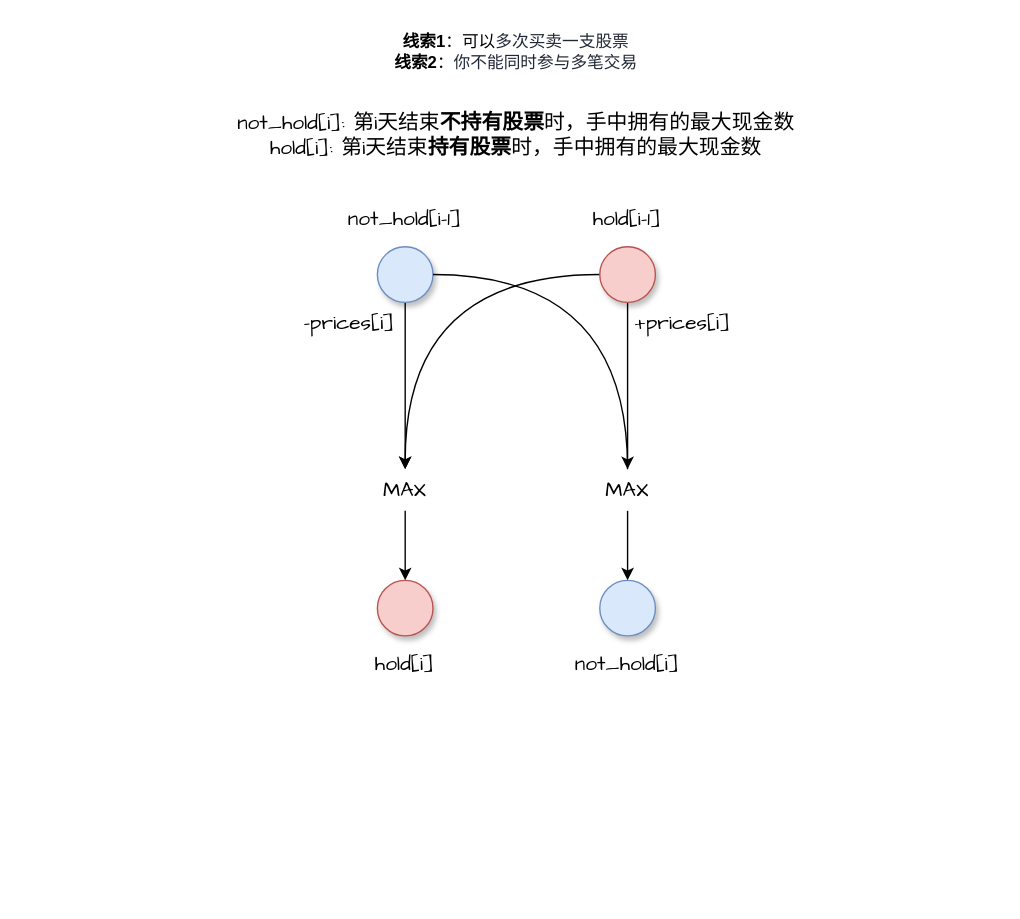
goldknife6/algorithm keeps this draw.io diagram as draw.io/买卖股票的最佳时机III.drawio. Above is the earlier version. Source tidied: cells renumbered, new cells numbered last; positions are measured from the earlier drawing's top-left corner, leaving out a move shared by most shapes. Both pictures are drawn from the tidied source at 139%, with x=0, y=0 at pixel (210, 24).
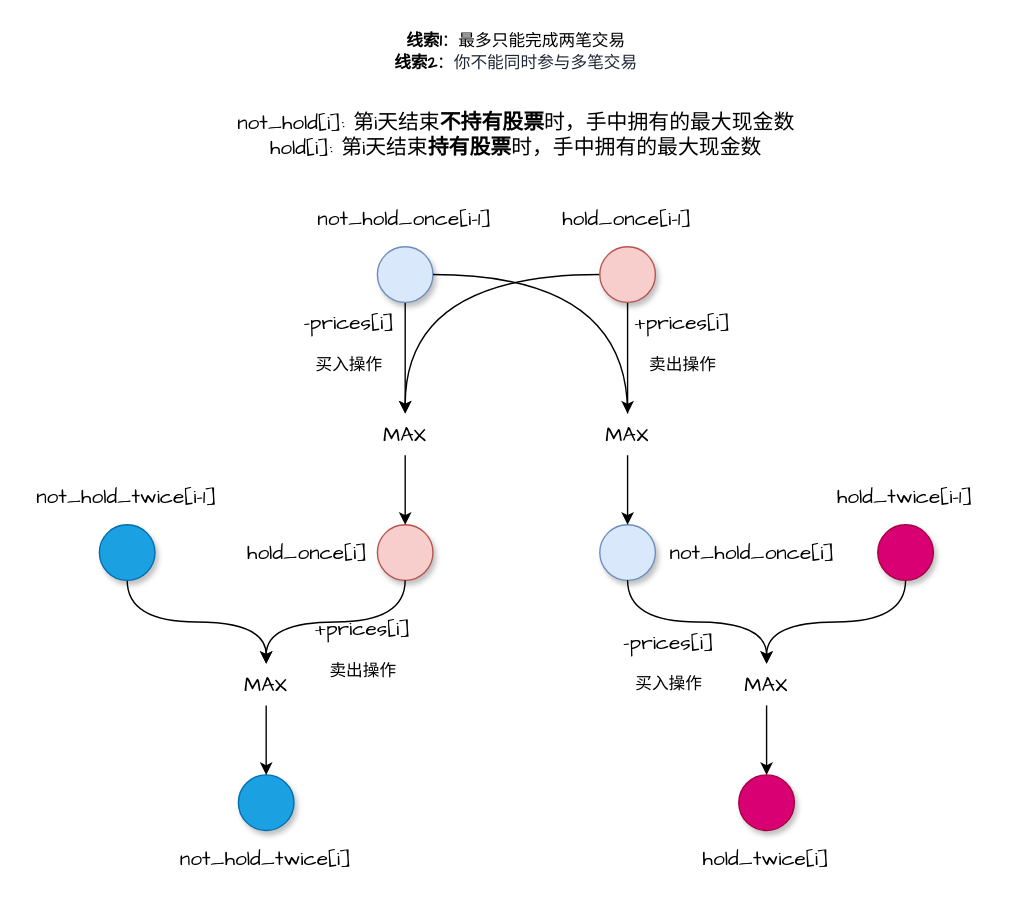
The same diagram, later.

Commit message (it also covers changes not shown here):
更新买卖股票的最佳时机III.drawio

The edit, as a diff of the source:
```diff
@@
     <mxCell id="4" style="ellipse;whiteSpace=wrap;html=1;shadow=1;fillColor=#dae8fc;strokeColor=#6c8ebf;" parent="1" vertex="1">
-      <mxGeometry x="280" y="400" width="40" height="40" as="geometry" />
+      <mxGeometry x="280" y="360" width="40" height="40" as="geometry" />
     </mxCell>
-    <mxCell id="5" value="&lt;font style=&quot;font-size: 15px&quot;&gt;not_hold[i-1]&lt;/font&gt;" style="text;html=1;strokeColor=none;fillColor=none;align=center;verticalAlign=middle;whiteSpace=wrap;rounded=0;shadow=1;fontFamily=Comic Sans MS;" parent="1" vertex="1">
-      <mxGeometry x="80" y="120" width="120" height="40" as="geometry" />
+    <mxCell id="5" value="&lt;font style=&quot;font-size: 15px&quot;&gt;not_hold_once[i-1]&lt;/font&gt;" style="text;html=1;strokeColor=none;fillColor=none;align=center;verticalAlign=middle;whiteSpace=wrap;rounded=0;shadow=1;fontFamily=Comic Sans MS;" parent="1" vertex="1">
+      <mxGeometry x="60" y="120" width="160" height="40" as="geometry" />
     </mxCell>
@@
-    <mxCell id="11" value="&lt;font style=&quot;font-size: 15px&quot;&gt;not_hold[i]&lt;/font&gt;" style="text;html=1;strokeColor=none;fillColor=none;align=center;verticalAlign=middle;whiteSpace=wrap;rounded=0;shadow=1;fontFamily=Comic Sans MS;" parent="1" vertex="1">
-      <mxGeometry x="240" y="440" width="120" height="40" as="geometry" />
+    <mxCell id="11" value="&lt;font style=&quot;font-size: 15px&quot;&gt;not_hold_once[i]&lt;/font&gt;" style="text;html=1;strokeColor=none;fillColor=none;align=center;verticalAlign=middle;whiteSpace=wrap;rounded=0;shadow=1;fontFamily=Comic Sans MS;" parent="1" vertex="1">
+      <mxGeometry x="330" y="360" width="120" height="40" as="geometry" />
     </mxCell>
@@
     <mxCell id="13" value="MAX" style="text;html=1;strokeColor=none;fillColor=none;align=center;verticalAlign=middle;whiteSpace=wrap;rounded=0;shadow=1;fontFamily=Comic Sans MS;fontSize=15;" parent="1" vertex="1">
-      <mxGeometry x="270" y="320" width="60" height="30" as="geometry" />
+      <mxGeometry x="270" y="280" width="60" height="30" as="geometry" />
     </mxCell>
@@
-    <mxCell id="15" value="&lt;font style=&quot;font-size: 15px&quot;&gt;hold[i-1]&lt;/font&gt;" style="text;html=1;strokeColor=none;fillColor=none;align=center;verticalAlign=middle;whiteSpace=wrap;rounded=0;shadow=1;fontFamily=Comic Sans MS;" parent="1" vertex="1">
-      <mxGeometry x="260" y="120" width="80" height="40" as="geometry" />
+    <mxCell id="15" value="&lt;font style=&quot;font-size: 15px&quot;&gt;hold_once[i-1]&lt;/font&gt;" style="text;html=1;strokeColor=none;fillColor=none;align=center;verticalAlign=middle;whiteSpace=wrap;rounded=0;shadow=1;fontFamily=Comic Sans MS;" parent="1" vertex="1">
+      <mxGeometry x="230" y="120" width="140" height="40" as="geometry" />
     </mxCell>
@@
-    <mxCell id="17" value="&lt;font style=&quot;font-size: 15px&quot;&gt;hold[i]&lt;/font&gt;" style="text;html=1;strokeColor=none;fillColor=none;align=center;verticalAlign=middle;whiteSpace=wrap;rounded=0;shadow=1;fontFamily=Comic Sans MS;" parent="1" vertex="1">
-      <mxGeometry x="80" y="440" width="120" height="40" as="geometry" />
+    <mxCell id="17" value="&lt;font style=&quot;font-size: 15px&quot;&gt;hold_once[i]&lt;/font&gt;" style="text;html=1;strokeColor=none;fillColor=none;align=center;verticalAlign=middle;whiteSpace=wrap;rounded=0;shadow=1;fontFamily=Comic Sans MS;" parent="1" vertex="1">
+      <mxGeometry x="30" y="360" width="80" height="40" as="geometry" />
     </mxCell>
     <mxCell id="18" style="ellipse;whiteSpace=wrap;html=1;shadow=1;fillColor=#f8cecc;strokeColor=#b85450;" parent="1" vertex="1">
-      <mxGeometry x="120" y="400" width="40" height="40" as="geometry" />
+      <mxGeometry x="120" y="360" width="40" height="40" as="geometry" />
     </mxCell>
@@
     <mxCell id="20" value="MAX" style="text;html=1;strokeColor=none;fillColor=none;align=center;verticalAlign=middle;whiteSpace=wrap;rounded=0;shadow=1;fontFamily=Comic Sans MS;fontSize=15;" parent="1" vertex="1">
-      <mxGeometry x="110" y="320" width="60" height="30" as="geometry" />
+      <mxGeometry x="110" y="280" width="60" height="30" as="geometry" />
     </mxCell>
-    <mxCell id="21" value="&lt;font style=&quot;font-size: 12px&quot;&gt;&lt;font style=&quot;font-size: 12px&quot;&gt;&lt;b&gt;线索1&lt;/b&gt;：可以&lt;span style=&quot;color: rgb(33 , 40 , 53) ; background-color: rgb(255 , 255 , 255)&quot;&gt;多次买卖一支股票&lt;/span&gt;&lt;b&gt;&lt;br&gt;线索2&lt;/b&gt;：&lt;/font&gt;&lt;span style=&quot;color: rgb(33 , 40 , 53) ; background-color: rgb(255 , 255 , 255)&quot;&gt;你不能同时参与多笔交易&lt;/span&gt;&lt;/font&gt;" style="text;html=1;strokeColor=none;fillColor=none;align=center;verticalAlign=middle;whiteSpace=wrap;rounded=0;" parent="1" vertex="1">
+    <mxCell id="21" value="&lt;font style=&quot;font-size: 12px&quot; face=&quot;Comic Sans MS&quot;&gt;&lt;font style=&quot;font-size: 12px&quot;&gt;&lt;b&gt;线索1&lt;/b&gt;：&lt;span&gt;最多只能完成两笔交易&lt;/span&gt;&lt;br&gt;&lt;b&gt;线索2&lt;/b&gt;：&lt;/font&gt;&lt;span style=&quot;color: rgb(33 , 40 , 53) ; background-color: rgb(255 , 255 , 255)&quot;&gt;你不能同时参与多笔交易&lt;/span&gt;&lt;/font&gt;" style="text;html=1;strokeColor=none;fillColor=none;align=center;verticalAlign=middle;whiteSpace=wrap;rounded=0;" parent="1" vertex="1">
       <mxGeometry x="80" width="280" height="40" as="geometry" />
     </mxCell>
+    <mxCell id="22" style="edgeStyle=orthogonalEdgeStyle;rounded=0;jettySize=auto;html=1;exitX=0.5;exitY=1;exitDx=0;exitDy=0;entryX=0.5;entryY=0;entryDx=0;entryDy=0;curved=1;" parent="1" edge="1" source="18" target="33">
+      <mxGeometry relative="1" as="geometry" />
+    </mxCell>
+    <mxCell id="23" style="ellipse;whiteSpace=wrap;html=1;shadow=1;fillColor=#d80073;strokeColor=#A50040;fontColor=#ffffff;" parent="1" vertex="1">
+      <mxGeometry x="380" y="540" width="40" height="40" as="geometry" />
+    </mxCell>
+    <mxCell id="24" style="edgeStyle=orthogonalEdgeStyle;curved=1;rounded=0;jettySize=auto;html=1;exitX=0.5;exitY=1;exitDx=0;exitDy=0;fontFamily=Comic Sans MS;" parent="1" edge="1" source="4" target="28">
+      <mxGeometry relative="1" as="geometry" />
+    </mxCell>
+    <mxCell id="25" value="&lt;font style=&quot;font-size: 15px&quot;&gt;&lt;span&gt;+prices[i]&lt;/span&gt;&lt;/font&gt;&lt;div class=&quot;okr-block-clipboard&quot;&gt;&lt;/div&gt;" style="text;html=1;strokeColor=none;fillColor=none;align=center;verticalAlign=middle;whiteSpace=wrap;rounded=0;shadow=1;fontFamily=Comic Sans MS;" parent="1" vertex="1">
+      <mxGeometry x="70" y="420" width="80" height="30" as="geometry" />
+    </mxCell>
+    <mxCell id="26" value="&lt;span style=&quot;font-size: 15px&quot;&gt;hold_twice[i]&lt;/span&gt;" style="text;html=1;strokeColor=none;fillColor=none;align=center;verticalAlign=middle;whiteSpace=wrap;rounded=0;shadow=1;fontFamily=Comic Sans MS;" parent="1" vertex="1">
+      <mxGeometry x="340" y="580" width="120" height="40" as="geometry" />
+    </mxCell>
+    <mxCell id="27" style="edgeStyle=orthogonalEdgeStyle;curved=1;rounded=0;jettySize=auto;html=1;exitX=0.5;exitY=1;exitDx=0;exitDy=0;entryX=0.5;entryY=0;entryDx=0;entryDy=0;fontFamily=Comic Sans MS;fontSize=15;" parent="1" edge="1" source="28" target="23">
+      <mxGeometry relative="1" as="geometry" />
+    </mxCell>
+    <mxCell id="28" value="MAX" style="text;html=1;strokeColor=none;fillColor=none;align=center;verticalAlign=middle;whiteSpace=wrap;rounded=0;shadow=1;fontFamily=Comic Sans MS;fontSize=15;" parent="1" vertex="1">
+      <mxGeometry x="370" y="460" width="60" height="30" as="geometry" />
+    </mxCell>
+    <mxCell id="29" value="&lt;font style=&quot;font-size: 15px&quot;&gt;&lt;span&gt;-prices[i]&lt;/span&gt;&lt;/font&gt;&lt;div class=&quot;okr-block-clipboard&quot;&gt;&lt;/div&gt;" style="text;html=1;strokeColor=none;fillColor=none;align=center;verticalAlign=middle;whiteSpace=wrap;rounded=0;shadow=1;fontFamily=Comic Sans MS;" parent="1" vertex="1">
+      <mxGeometry x="290" y="430" width="80" height="30" as="geometry" />
+    </mxCell>
+    <mxCell id="30" value="&lt;font style=&quot;font-size: 15px&quot;&gt;not_hold_twice[i]&lt;/font&gt;" style="text;html=1;strokeColor=none;fillColor=none;align=center;verticalAlign=middle;whiteSpace=wrap;rounded=0;shadow=1;fontFamily=Comic Sans MS;" parent="1" vertex="1">
+      <mxGeometry x="-20" y="580" width="120" height="40" as="geometry" />
+    </mxCell>
+    <mxCell id="31" style="ellipse;whiteSpace=wrap;html=1;shadow=1;fillColor=#1ba1e2;strokeColor=#006EAF;fontColor=#ffffff;" parent="1" vertex="1">
+      <mxGeometry x="20" y="540" width="40" height="40" as="geometry" />
+    </mxCell>
+    <mxCell id="32" style="edgeStyle=orthogonalEdgeStyle;curved=1;rounded=0;jettySize=auto;html=1;exitX=0.5;exitY=1;exitDx=0;exitDy=0;entryX=0.5;entryY=0;entryDx=0;entryDy=0;fontFamily=Comic Sans MS;fontSize=15;" parent="1" edge="1" source="33" target="31">
+      <mxGeometry relative="1" as="geometry" />
+    </mxCell>
+    <mxCell id="33" value="MAX" style="text;html=1;strokeColor=none;fillColor=none;align=center;verticalAlign=middle;whiteSpace=wrap;rounded=0;shadow=1;fontFamily=Comic Sans MS;fontSize=15;" parent="1" vertex="1">
+      <mxGeometry x="10" y="460" width="60" height="30" as="geometry" />
+    </mxCell>
+    <mxCell id="34" value="&lt;font face=&quot;Comic Sans MS&quot;&gt;买入操作&lt;/font&gt;" style="text;html=1;strokeColor=none;fillColor=none;align=center;verticalAlign=middle;whiteSpace=wrap;rounded=0;" parent="1" vertex="1">
+      <mxGeometry x="70" y="230" width="60" height="30" as="geometry" />
+    </mxCell>
+    <mxCell id="35" value="&lt;font face=&quot;Comic Sans MS&quot;&gt;卖出操作&lt;/font&gt;" style="text;html=1;strokeColor=none;fillColor=none;align=center;verticalAlign=middle;whiteSpace=wrap;rounded=0;" parent="1" vertex="1">
+      <mxGeometry x="310" y="230" width="60" height="30" as="geometry" />
+    </mxCell>
+    <mxCell id="36" style="edgeStyle=orthogonalEdgeStyle;rounded=0;jettySize=auto;html=1;exitX=0.5;exitY=1;exitDx=0;exitDy=0;curved=1;" parent="1" edge="1" source="37" target="28">
+      <mxGeometry relative="1" as="geometry" />
+    </mxCell>
+    <mxCell id="37" style="ellipse;whiteSpace=wrap;html=1;shadow=1;fillColor=#d80073;strokeColor=#A50040;fontColor=#ffffff;" parent="1" vertex="1">
+      <mxGeometry x="480" y="360" width="40" height="40" as="geometry" />
+    </mxCell>
+    <mxCell id="38" value="&lt;span style=&quot;font-size: 15px&quot;&gt;hold_twice[i-1]&lt;/span&gt;" style="text;html=1;strokeColor=none;fillColor=none;align=center;verticalAlign=middle;whiteSpace=wrap;rounded=0;shadow=1;fontFamily=Comic Sans MS;" parent="1" vertex="1">
+      <mxGeometry x="440" y="320" width="120" height="40" as="geometry" />
+    </mxCell>
+    <mxCell id="39" value="&lt;font style=&quot;font-size: 15px&quot;&gt;not_hold_twice[i-1]&lt;/font&gt;" style="text;html=1;strokeColor=none;fillColor=none;align=center;verticalAlign=middle;whiteSpace=wrap;rounded=0;shadow=1;fontFamily=Comic Sans MS;" parent="1" vertex="1">
+      <mxGeometry x="-130" y="320" width="140" height="40" as="geometry" />
+    </mxCell>
+    <mxCell id="40" style="edgeStyle=orthogonalEdgeStyle;curved=1;rounded=0;jettySize=auto;html=1;exitX=0.5;exitY=1;exitDx=0;exitDy=0;entryX=0.5;entryY=0;entryDx=0;entryDy=0;" parent="1" edge="1" source="41" target="33">
+      <mxGeometry relative="1" as="geometry" />
+    </mxCell>
+    <mxCell id="41" style="ellipse;whiteSpace=wrap;html=1;shadow=1;fillColor=#1ba1e2;strokeColor=#006EAF;fontColor=#ffffff;" parent="1" vertex="1">
+      <mxGeometry x="-80" y="360" width="40" height="40" as="geometry" />
+    </mxCell>
+    <mxCell id="42" value="&lt;font face=&quot;Comic Sans MS&quot;&gt;卖出操作&lt;/font&gt;" style="text;html=1;strokeColor=none;fillColor=none;align=center;verticalAlign=middle;whiteSpace=wrap;rounded=0;" parent="1" vertex="1">
+      <mxGeometry x="80" y="450" width="60" height="30" as="geometry" />
+    </mxCell>
+    <mxCell id="43" value="&lt;font face=&quot;Comic Sans MS&quot;&gt;买入操作&lt;/font&gt;" style="text;html=1;strokeColor=none;fillColor=none;align=center;verticalAlign=middle;whiteSpace=wrap;rounded=0;" parent="1" vertex="1">
+      <mxGeometry x="300" y="460" width="60" height="30" as="geometry" />
+    </mxCell>
```
